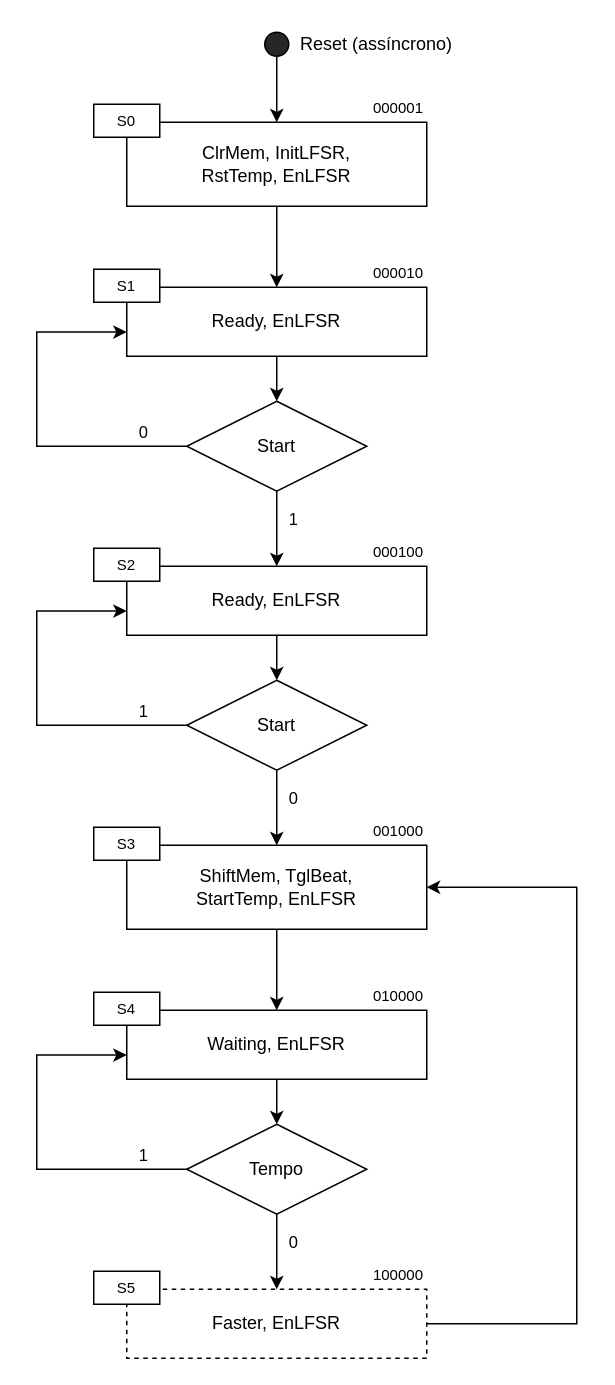
Above: lab2/relatorio/figuras/fluxograma.drawio in dieguscl/sd2 (draw.io), before the change. Source tidied: cells renumbered, new cells numbered last; positions are measured from the earlier drawing's top-left corner, leaving out a move shared by most shapes. Both pictures are drawn from the tidied source at 150%, with x=0, y=0 at pixel (36, 26).
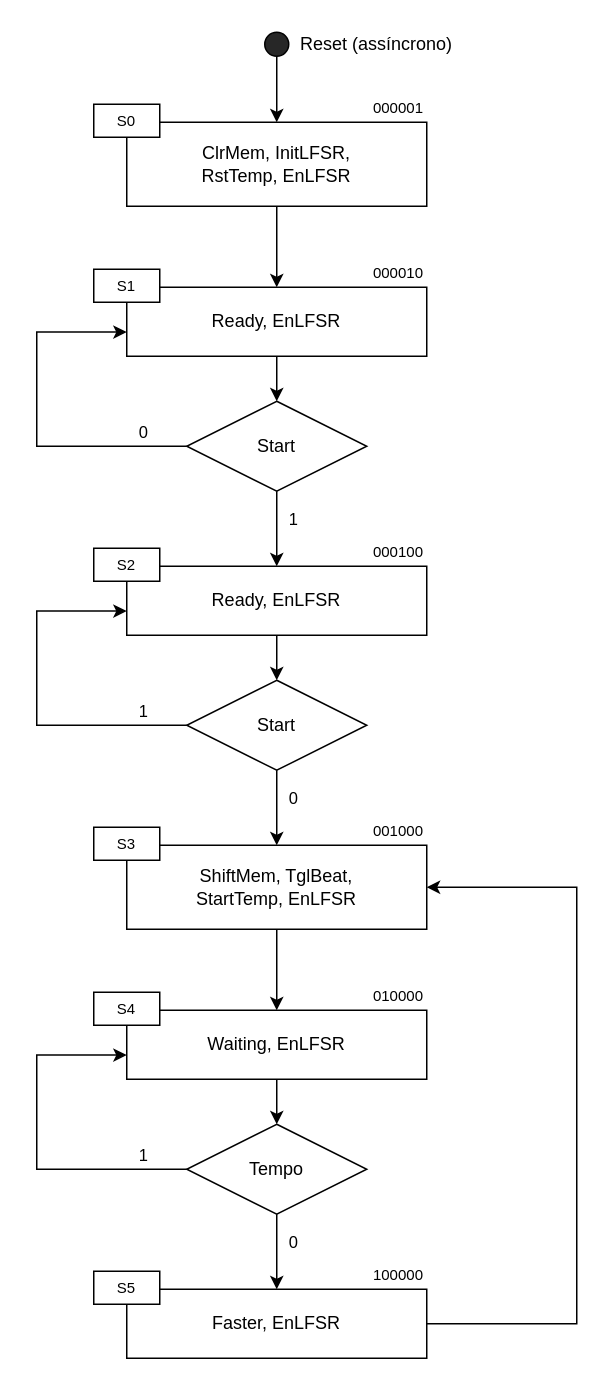
The same diagram, later.

Commit message (it also covers changes not shown here):
Lab2: S5 a cheio no fluxograma e no diagrama de estados

What changed in the source:
```diff
@@
-    <mxCell id="22" value="Faster, EnLFSR" style="rounded=0;whiteSpace=wrap;html=1;dashed=1;" parent="1" vertex="1">
+    <mxCell id="22" value="Faster, EnLFSR" style="rounded=0;whiteSpace=wrap;html=1;" parent="1" vertex="1">
       <mxGeometry x="60" y="842" width="200" height="46" as="geometry" />
     </mxCell>
```
